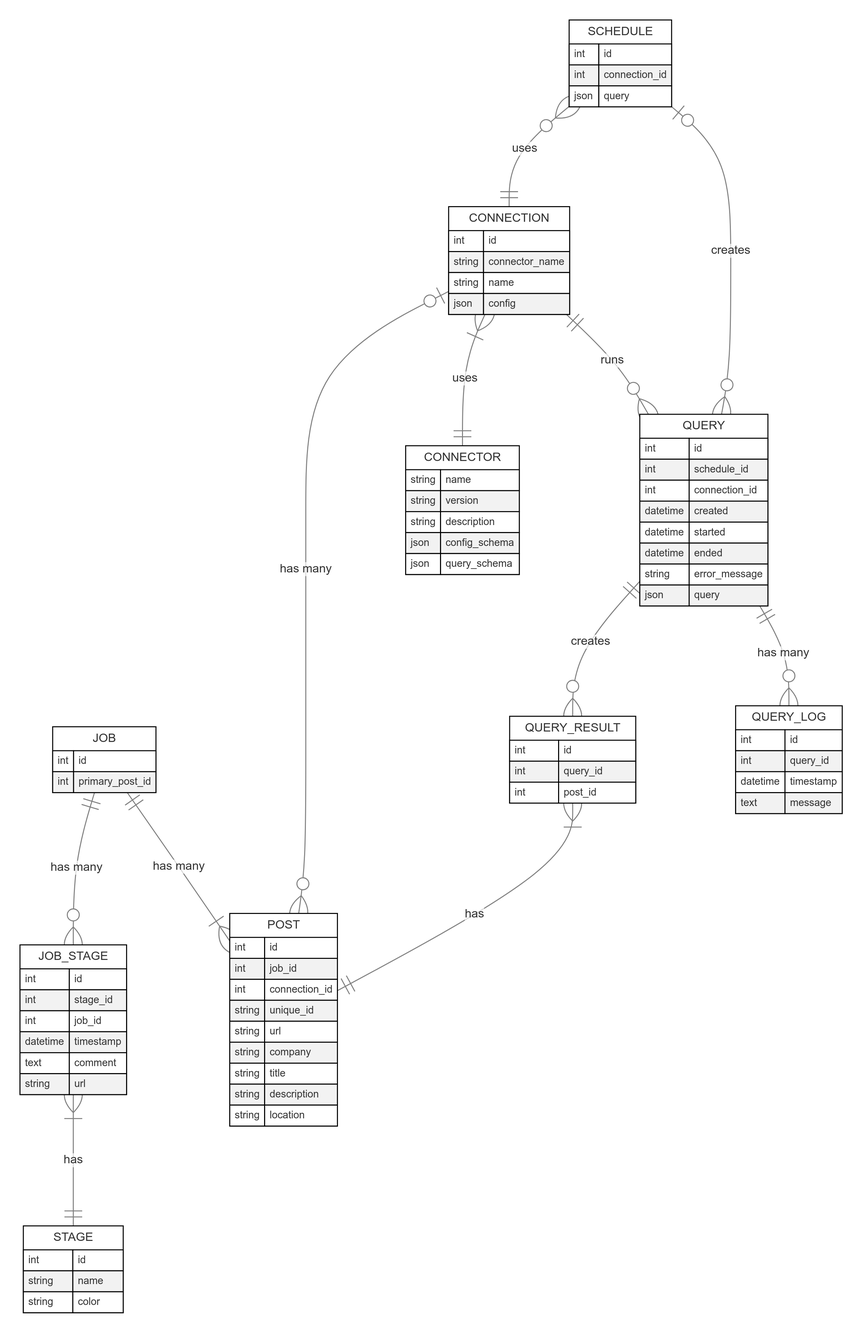
ericanastas/jobflow keeps this Mermaid diagram as erd.png. Above is the earlier version. Its source is kept beside it as erd.mmd. Source of this version:
```mermaid
erDiagram
   CONNECTOR {
       string name
       string version
       string description
       json config_schema
       json query_schema
   }
   CONNECTION {
       int id
       string connector_name
       string name
       json config
   }
   JOB {
       int id
       int primary_post_id
   }
   POST {
       int id

       int job_id
       int connection_id
       string unique_id

       string url
       string company
       string title
       string description
       string location
   }
   JOB_STAGE {
       int id
       int stage_id
       int job_id
       datetime timestamp
       text comment
       string url
   }
   STAGE {
       int id
       string name
       string color
   }

   QUERY {
       int id
       int schedule_id
       int connection_id
       datetime created
       datetime started
       datetime ended
       string error_message
       json query
   }

   QUERY_RESULT {
       int id
       int query_id
       int post_id
   }

   QUERY_LOG {
       int id
       int query_id
       datetime timestamp
       text message
   }

   SCHEDULE {
       int id
       int connection_id
       json query
   }

   JOB ||--o{ JOB_STAGE : "has many"
   JOB_STAGE }|--|| STAGE : has



   JOB ||--|{ POST : "has many"
   CONNECTION o|--o{ POST : "has many"
   CONNECTION }|--|| CONNECTOR : uses

   CONNECTION ||--o{ QUERY : runs

   SCHEDULE }o--|| CONNECTION : uses


   SCHEDULE o|--O{ QUERY : "creates"


   QUERY ||--o{ QUERY_RESULT : creates
   QUERY ||--o{ QUERY_LOG : "has many"
   QUERY_RESULT }|--|| POST : has
```
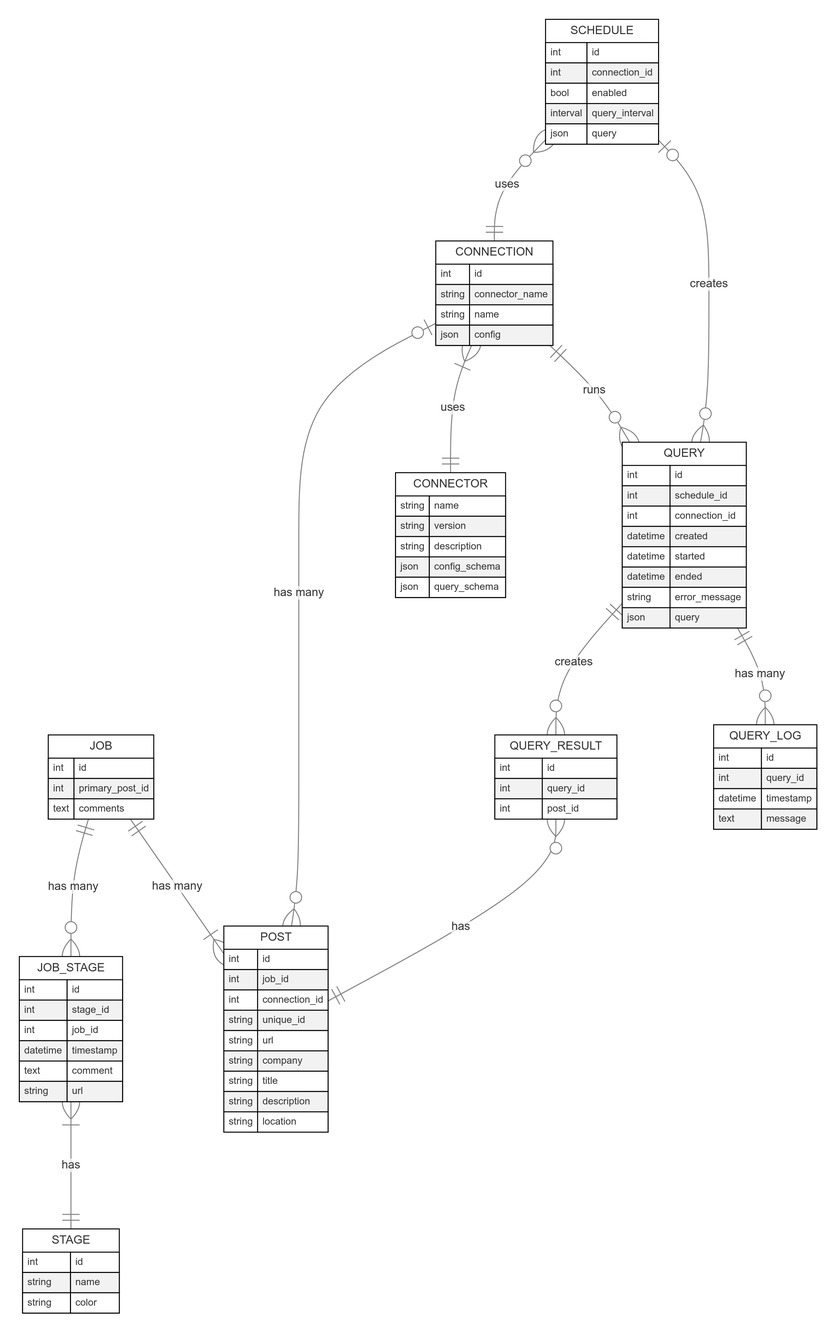
Later version of the same file.

Change to the diagram source:
```diff
@@ -15,6 +15,7 @@
    JOB {
        int id
        int primary_post_id
+       text comments
    }
    POST {
        int id
@@ -70,6 +71,8 @@
    SCHEDULE {
        int id
        int connection_id
+       bool enabled
+       interval query_interval
        json query
    }
 
@@ -92,4 +95,4 @@
 
    QUERY ||--o{ QUERY_RESULT : creates
    QUERY ||--o{ QUERY_LOG : "has many"
-   QUERY_RESULT }|--|| POST : has
+   QUERY_RESULT }o--|| POST : has
```
